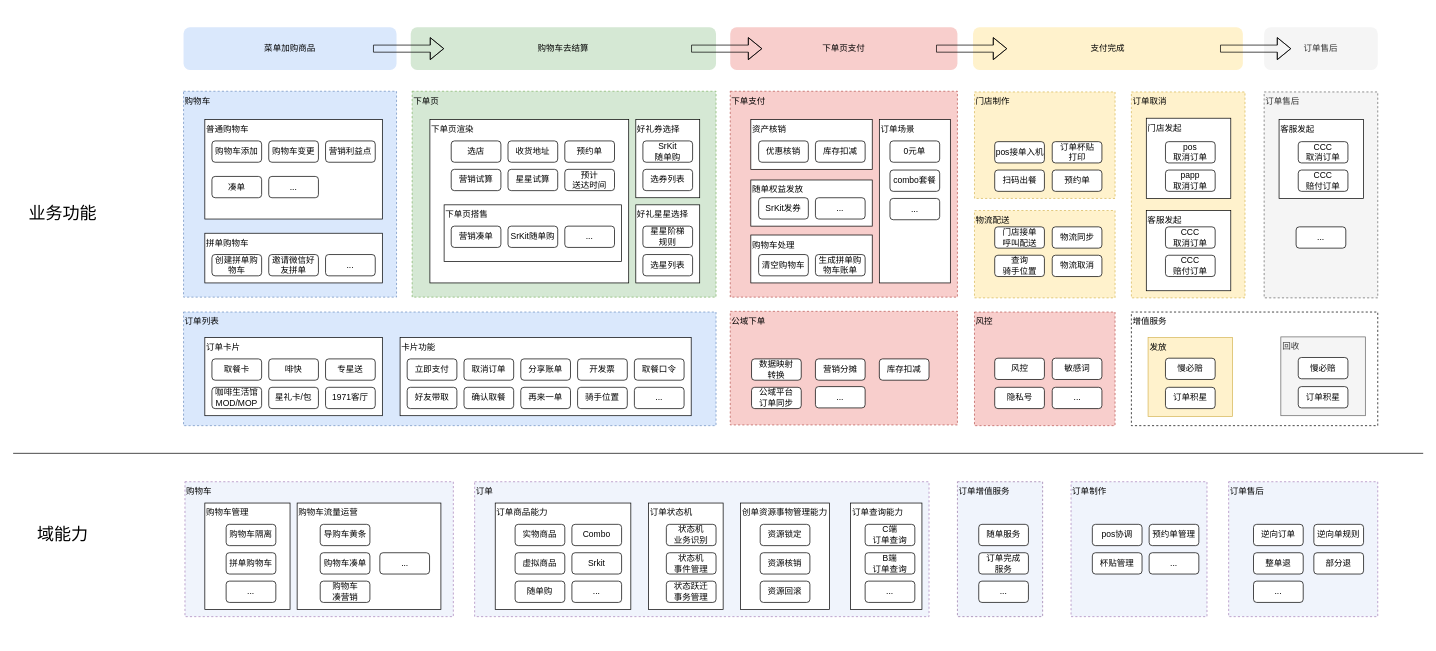
Above: page "业务架构" (1 of 3) of OMS2.0业务架构.drawio in alexzhang2015/PC2.0 (draw.io), before the change. Source tidied: cells renumbered, new cells numbered last; positions are measured from the earlier drawing's top-left corner, leaving out a move shared by most shapes. Both pictures are drawn from the tidied source at 71%, with x=0, y=0 at pixel (13, 27).
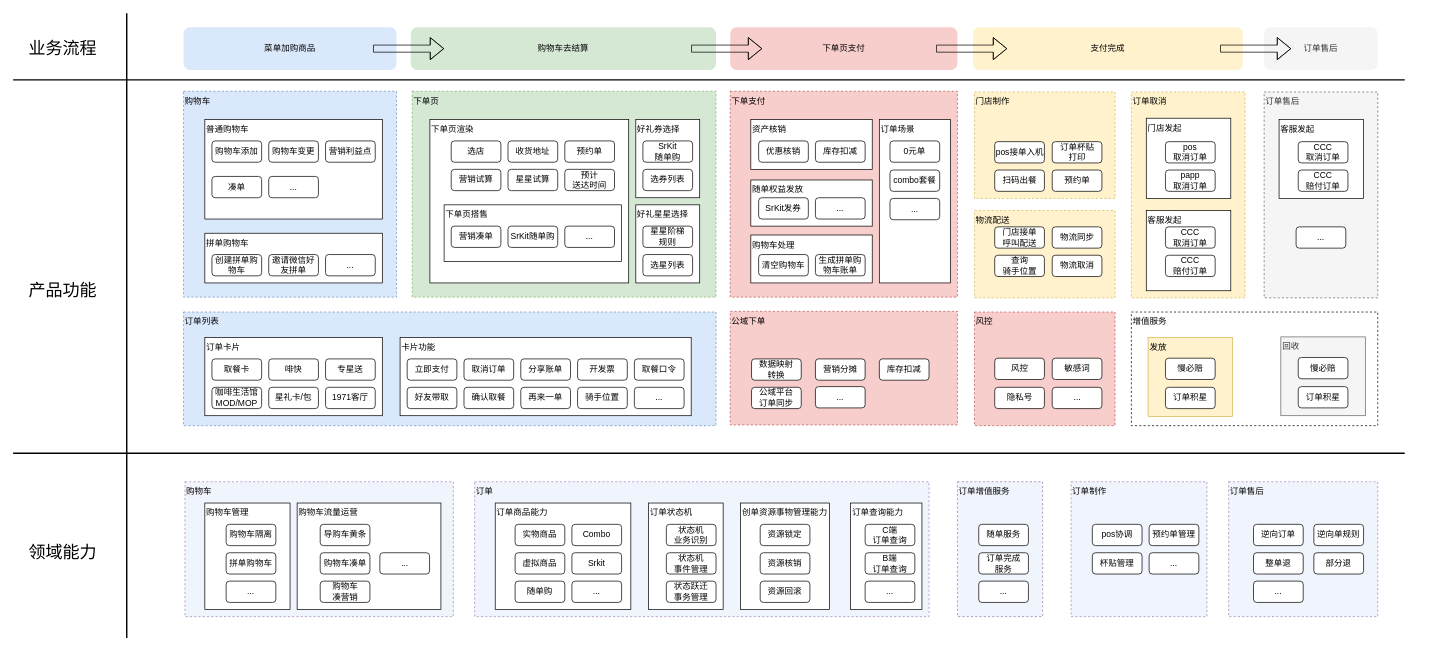
The same diagram, later.

The edit, as a diff of the source:
```diff
@@
-    <mxCell id="158" style="endArrow=none;html=1;rounded=0;" parent="1" edge="1">
+    <mxCell id="158" style="endArrow=none;html=1;rounded=0;strokeWidth=2;" parent="1" edge="1">
       <mxGeometry relative="1" as="geometry">
         <mxPoint y="600" as="sourcePoint" />
-        <mxPoint x="1986" y="600" as="targetPoint" />
+        <mxPoint x="1960" y="600" as="targetPoint" />
       </mxGeometry>
     </mxCell>
-    <mxCell id="159" value="业务功能" style="rounded=0;whiteSpace=wrap;html=1;strokeColor=none;fontSize=24;" parent="1" vertex="1">
-      <mxGeometry x="10" y="232.5" width="120" height="60" as="geometry" />
+    <mxCell id="159" value="产品功能" style="rounded=0;whiteSpace=wrap;html=1;strokeColor=none;fontSize=24;" parent="1" vertex="1">
+      <mxGeometry x="10" y="341" width="120" height="60" as="geometry" />
     </mxCell>
-    <mxCell id="160" value="域能力" style="rounded=0;whiteSpace=wrap;html=1;strokeColor=none;fontSize=24;" parent="1" vertex="1">
-      <mxGeometry x="10" y="685" width="120" height="60" as="geometry" />
+    <mxCell id="160" value="领域能力" style="rounded=0;whiteSpace=wrap;html=1;strokeColor=none;fontSize=24;" parent="1" vertex="1">
+      <mxGeometry x="10" y="710" width="120" height="60" as="geometry" />
     </mxCell>
+    <mxCell id="161" style="endArrow=none;html=1;rounded=0;strokeWidth=2;" parent="1" edge="1">
+      <mxGeometry relative="1" as="geometry">
+        <mxPoint y="74" as="sourcePoint" />
+        <mxPoint x="1960" y="74" as="targetPoint" />
+      </mxGeometry>
+    </mxCell>
+    <mxCell id="162" value="业务流程" style="rounded=0;whiteSpace=wrap;html=1;strokeColor=none;fontSize=24;" parent="1" vertex="1">
+      <mxGeometry x="10" width="120" height="60" as="geometry" />
+    </mxCell>
+    <mxCell id="163" style="endArrow=none;html=1;rounded=0;strokeWidth=2;" parent="1" edge="1">
+      <mxGeometry relative="1" as="geometry">
+        <mxPoint x="160" y="860" as="sourcePoint" />
+        <mxPoint x="160" y="-20" as="targetPoint" />
+      </mxGeometry>
+    </mxCell>
```
